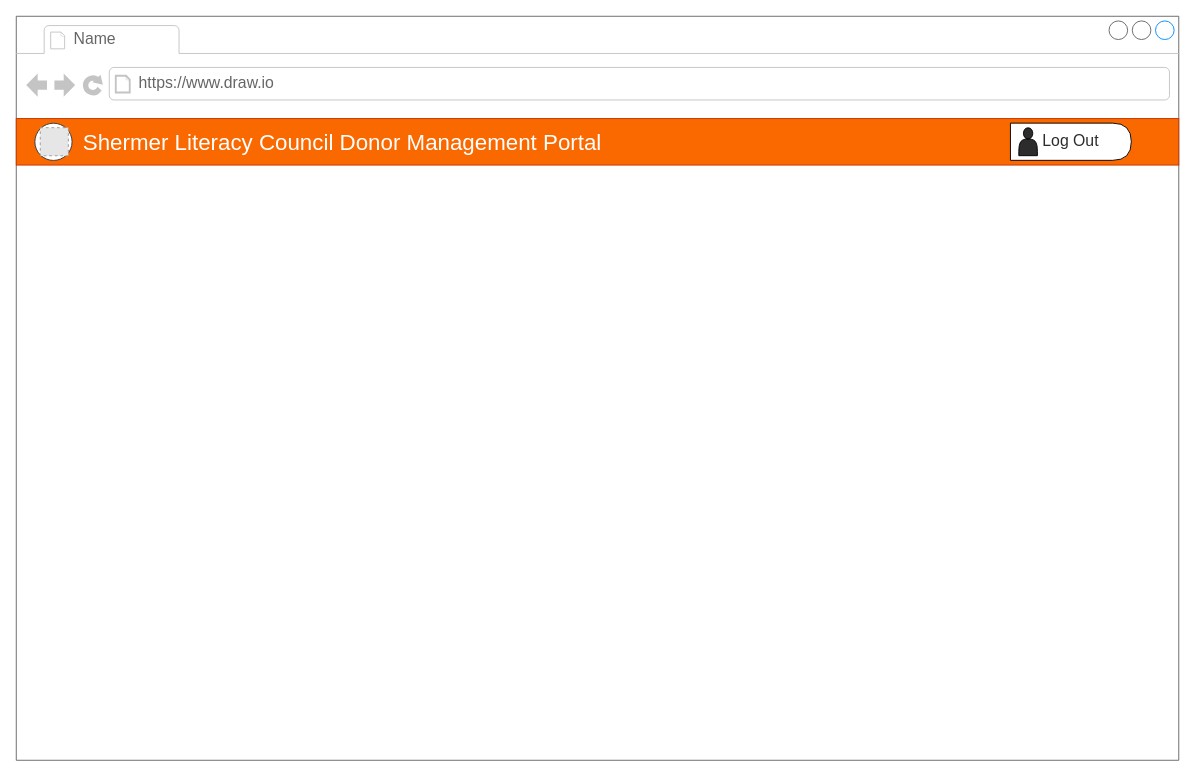
CaseyPitman/Donor-Management-Portal keeps this draw.io diagram as page "ViewDonor" (5 of 7) of docs/donor-tracker-mock.drawio. Above is the earlier version. Source tidied: cells renumbered, new cells numbered last; positions are measured from the earlier drawing's top-left corner, leaving out a move shared by most shapes. Both pictures are drawn from the tidied source at 93%, with x=0, y=0 at pixel (16, 16). Pictures stored in the file or linked from it are replaced by grey dashed boxes.
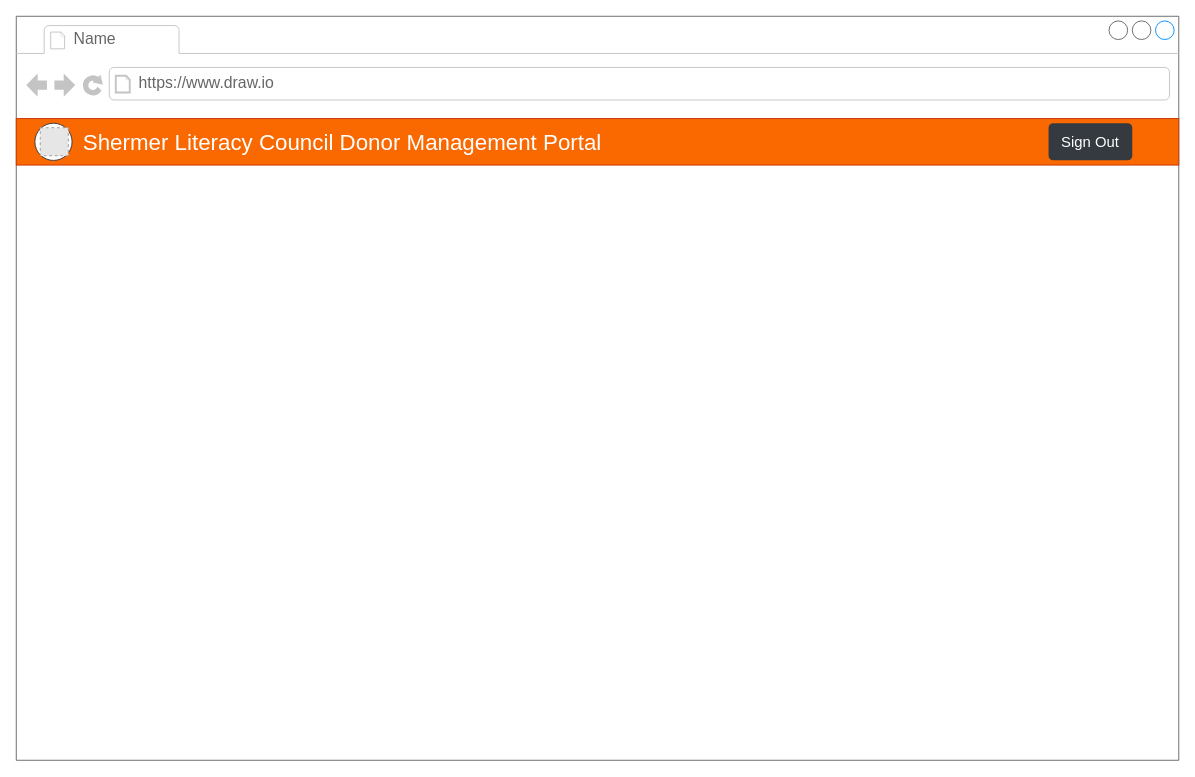
After the change.

Commit message (it also covers changes not shown here):
Update donor-tracker-mock.drawio: Replaced sign out button w/ Bootstrap buttons.

Change to the diagram source:
```diff
@@
 <mxGraphModel>
   <root>
     <mxCell id="0" />
     <mxCell id="1" parent="0" />
     <mxCell id="2" style="strokeWidth=1;shadow=0;dashed=0;align=center;html=1;shape=mxgraph.mockup.containers.browserWindow;rSize=0;strokeColor=#666666;strokeColor2=#008cff;strokeColor3=#c4c4c4;mainText=,;" parent="1" vertex="1">
       <mxGeometry width="1250" height="800" as="geometry" />
     </mxCell>
     <mxCell id="3" value="Name" style="strokeWidth=1;shadow=0;dashed=0;align=center;html=1;shape=mxgraph.mockup.containers.anchor;fontSize=17;fontColor=#666666;align=left;" parent="2" vertex="1">
       <mxGeometry x="60" y="12" width="110" height="26" as="geometry" />
     </mxCell>
     <mxCell id="4" value="https://www.draw.io" style="strokeWidth=1;shadow=0;dashed=0;align=center;html=1;shape=mxgraph.mockup.containers.anchor;rSize=0;fontSize=17;fontColor=#666666;align=left;" parent="2" vertex="1">
       <mxGeometry x="130" y="60" width="250" height="26" as="geometry" />
     </mxCell>
     <mxCell id="5" style="rounded=0;whiteSpace=wrap;html=1;fontSize=17;gradientDirection=north;strokeColor=#C73500;fontColor=#ffffff;fillColor=#fa6800;" parent="2" vertex="1">
       <mxGeometry y="110" width="1250" height="50" as="geometry" />
     </mxCell>
     <mxCell id="6" value="&lt;h2&gt;&lt;font size=&quot;1&quot; color=&quot;#ffffff&quot;&gt;&lt;span style=&quot;font-size: 24px ; font-weight: normal&quot;&gt;Shermer Literacy Council Donor Management Portal&lt;/span&gt;&lt;/font&gt;&lt;/h2&gt;" style="text;html=1;strokeColor=none;fillColor=none;align=left;verticalAlign=middle;whiteSpace=wrap;rounded=0;fontSize=17;" parent="2" vertex="1">
       <mxGeometry x="70" y="125" width="730" height="20" as="geometry" />
     </mxCell>
     <mxCell id="7" style="ellipse;whiteSpace=wrap;html=1;labelBackgroundColor=#ffffff;fontSize=17;align=left;strokeColor=#36393d;" parent="2" vertex="1">
       <mxGeometry x="20" y="115" width="40" height="40" as="geometry" />
     </mxCell>
     <mxCell id="8" style="fillColor=#E6E6E6;strokeColor=#999999;dashed=1;html=1;verticalAlign=top;verticalLabelPosition=bottom;labelBackgroundColor=#ffffff;fontSize=17;fontColor=#FFFFFF;align=left;" parent="2" vertex="1">
       <mxGeometry x="25.8" y="119.8" width="30.2" height="30.2" as="geometry" />
     </mxCell>
-    <mxCell id="9" value="Log Out" style="shape=delay;whiteSpace=wrap;html=1;labelBackgroundColor=#ffffff;strokeColor=#000000;fillColor=#ffffff;gradientColor=none;fontSize=17;align=center;fontColor=#2C2C2C;" parent="2" vertex="1">
-      <mxGeometry x="1069" y="114.9" width="130" height="40" as="geometry" />
-    </mxCell>
-    <mxCell id="10" style="shape=actor;whiteSpace=wrap;html=1;labelBackgroundColor=#ffffff;strokeColor=#000000;gradientColor=none;fontSize=17;fontColor=#FFFFFF;align=left;fillColor=#2C2C2C;" parent="2" vertex="1">
-      <mxGeometry x="1078" y="119.9" width="20" height="30" as="geometry" />
-    </mxCell>
+    <mxCell id="11" value="Sign Out" style="html=1;shadow=0;dashed=0;shape=mxgraph.bootstrap.rrect;rSize=5;strokeColor=none;strokeWidth=1;fillColor=#343A40;fontColor=#ffffff;whiteSpace=wrap;align=center;verticalAlign=middle;spacingLeft=0;fontStyle=0;fontSize=16;spacing=5;rounded=0;glass=0;labelBackgroundColor=none;sketch=0;" parent="2" vertex="1">
+      <mxGeometry x="1110" y="114.9" width="90" height="40" as="geometry" />
+    </mxCell>
   </root>
 </mxGraphModel>
```
